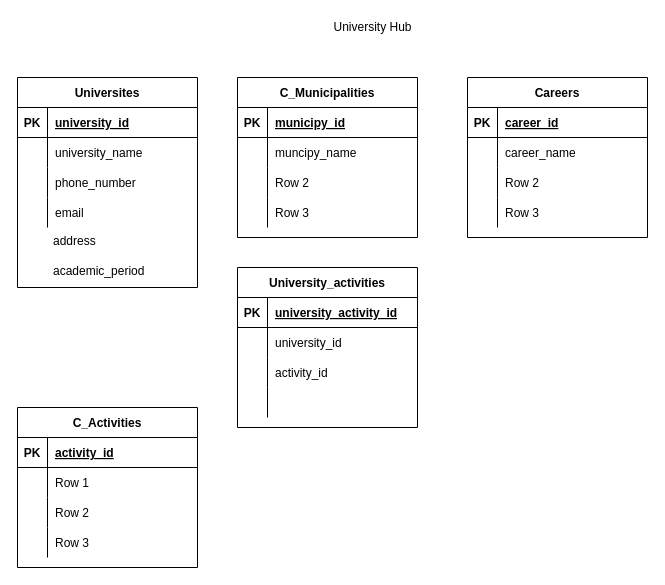
The draw.io diagram Untitled Diagram.drawio in University-Hub/Entity-Relationship-Model, before the edit. Source tidied: cells renumbered, new cells numbered last; positions are measured from the earlier drawing's top-left corner, leaving out a move shared by most shapes. Both pictures are drawn from the tidied source at 100%, with x=0, y=0 at pixel (17, 17).
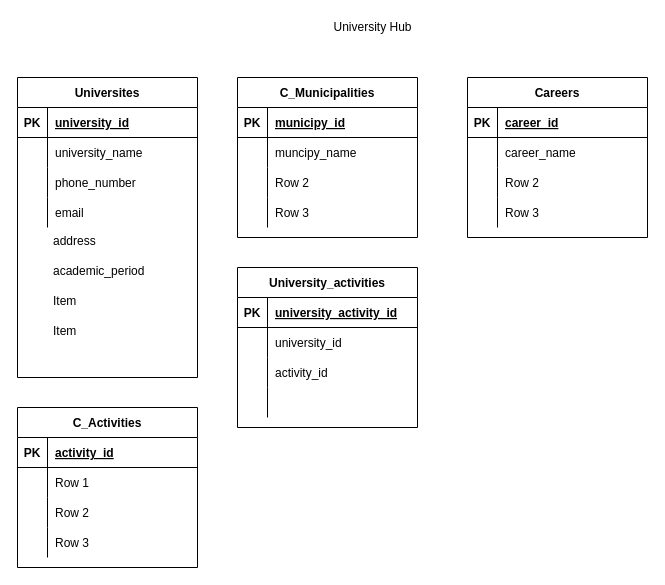
The same diagram, later.

What changed in the source:
```diff
@@
     <mxCell id="3" value="Universites" style="shape=table;startSize=30;childLayout=tableLayout;rowLines=0;fontStyle=1;align=center;" parent="1" vertex="1">
-      <mxGeometry y="60" width="180" height="210" as="geometry" />
+      <mxGeometry y="60" width="180" height="300" as="geometry" />
     </mxCell>
@@
+    <mxCell id="70" value="Item" style="text;strokeColor=none;fillColor=none;spacingLeft=4;spacingRight=4;overflow=hidden;fontSize=12;" parent="1" vertex="1">
+      <mxGeometry x="30" y="270" width="40" height="20" as="geometry" />
+    </mxCell>
+    <mxCell id="71" value="Item" style="text;strokeColor=none;fillColor=none;spacingLeft=4;spacingRight=4;overflow=hidden;fontSize=12;" parent="1" vertex="1">
+      <mxGeometry x="30" y="300" width="40" height="20" as="geometry" />
+    </mxCell>
```
